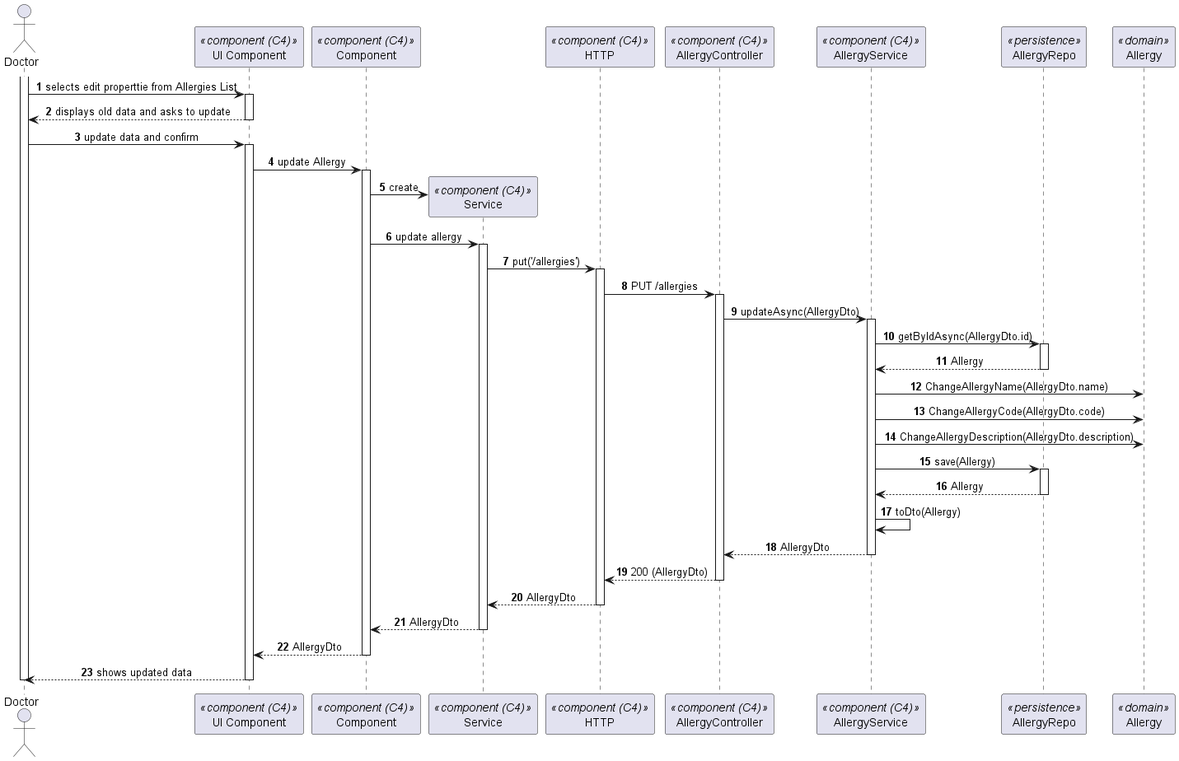
Earlier version of the PlantUML export docs/sprintC/EditMedicalRecord/views/level3/process-view.png (Lapr5G21/sem5pi-24-25-3ddg21).
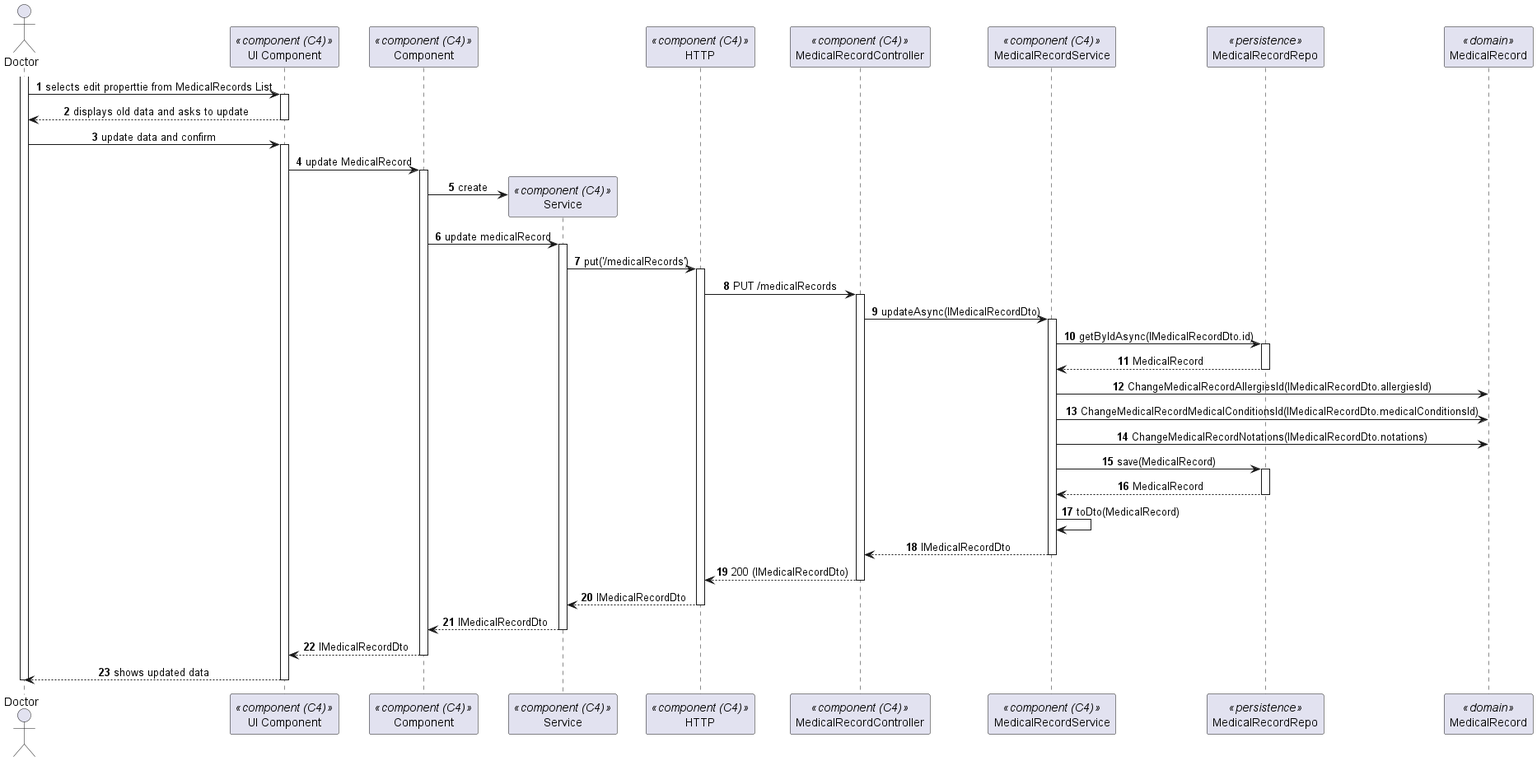
After the change.

Change to the diagram source:
```diff
@@ -9,13 +9,13 @@
 participant Service as "Service" <<component (C4)>>
 participant HTTP as "HTTP" <<component (C4)>>
 
-participant CTRL as "AllergyController" <<component (C4)>>
-participant AllergyService as "AllergyService" <<component (C4)>>
-participant AllergyRepo as "AllergyRepo" <<persistence>>
-participant Allergy as "Allergy" <<domain>>
+participant CTRL as "MedicalRecordController" <<component (C4)>>
+participant MedicalRecordService as "MedicalRecordService" <<component (C4)>>
+participant MedicalRecordRepo as "MedicalRecordRepo" <<persistence>>
+participant MedicalRecord as "MedicalRecord" <<domain>>
 activate Doctor
 
-    Doctor -> ComponentUI : selects edit properttie from Allergies List
+    Doctor -> ComponentUI : selects edit properttie from MedicalRecords List
     activate ComponentUI
 
         ComponentUI --> Doctor : displays old data and asks to update
@@ -26,61 +26,61 @@
 
     activate ComponentUI
 
-        ComponentUI -> Component : update Allergy
+        ComponentUI -> Component : update MedicalRecord
         activate Component
 
             Component -> Service** : create
 
-            Component -> Service : update allergy
+            Component -> Service : update medicalRecord
             activate Service
 
-                Service -> HTTP : put('/allergies')
+                Service -> HTTP : put('/medicalRecords')
 
                 activate HTTP
-                    HTTP -> CTRL : PUT /allergies
+                    HTTP -> CTRL : PUT /medicalRecords
                     activate CTRL
 
-                    CTRL -> AllergyService : updateAsync(AllergyDto)
+                    CTRL -> MedicalRecordService : updateAsync(IMedicalRecordDto)
 
-                    activate AllergyService
+                    activate MedicalRecordService
 
-                    AllergyService -> AllergyRepo : getByIdAsync(AllergyDto.id)
+                    MedicalRecordService -> MedicalRecordRepo : getByIdAsync(IMedicalRecordDto.id)
 
-                    activate AllergyRepo
+                    activate MedicalRecordRepo
 
-                    AllergyRepo --> AllergyService : Allergy
+                    MedicalRecordRepo --> MedicalRecordService : MedicalRecord
 
-                    deactivate AllergyRepo
+                    deactivate MedicalRecordRepo
 
-                    AllergyService -> Allergy : ChangeAllergyName(AllergyDto.name)
-                    AllergyService -> Allergy : ChangeAllergyCode(AllergyDto.code)
-                    AllergyService -> Allergy : ChangeAllergyDescription(AllergyDto.description)
+                    MedicalRecordService -> MedicalRecord : ChangeMedicalRecordAllergiesId(IMedicalRecordDto.allergiesId)
+                    MedicalRecordService -> MedicalRecord : ChangeMedicalRecordMedicalConditionsId(IMedicalRecordDto.medicalConditionsId)
+                    MedicalRecordService -> MedicalRecord : ChangeMedicalRecordNotations(IMedicalRecordDto.notations)
 
-                    AllergyService -> AllergyRepo : save(Allergy)
+                    MedicalRecordService -> MedicalRecordRepo : save(MedicalRecord)
 
-                    activate AllergyRepo
+                    activate MedicalRecordRepo
 
-                    AllergyRepo --> AllergyService : Allergy
+                    MedicalRecordRepo --> MedicalRecordService : MedicalRecord
 
-                    deactivate AllergyRepo
+                    deactivate MedicalRecordRepo
 
-                    AllergyService -> AllergyService : toDto(Allergy)
+                    MedicalRecordService -> MedicalRecordService : toDto(MedicalRecord)
 
-                    AllergyService --> CTRL : AllergyDto
-                    deactivate AllergyService
+                    MedicalRecordService --> CTRL : IMedicalRecordDto
+                    deactivate MedicalRecordService
 
-                    CTRL --> HTTP : 200 (AllergyDto)
+                    CTRL --> HTTP : 200 (IMedicalRecordDto)
 
                     deactivate CTRL
 
-                    HTTP --> Service : AllergyDto
+                    HTTP --> Service : IMedicalRecordDto
 
                 deactivate HTTP
 
-                Service --> Component : AllergyDto
+                Service --> Component : IMedicalRecordDto
             deactivate Service
 
-            Component --> ComponentUI : AllergyDto
+            Component --> ComponentUI : IMedicalRecordDto
         deactivate Component
 
     Doctor <-- ComponentUI : shows updated data
```
